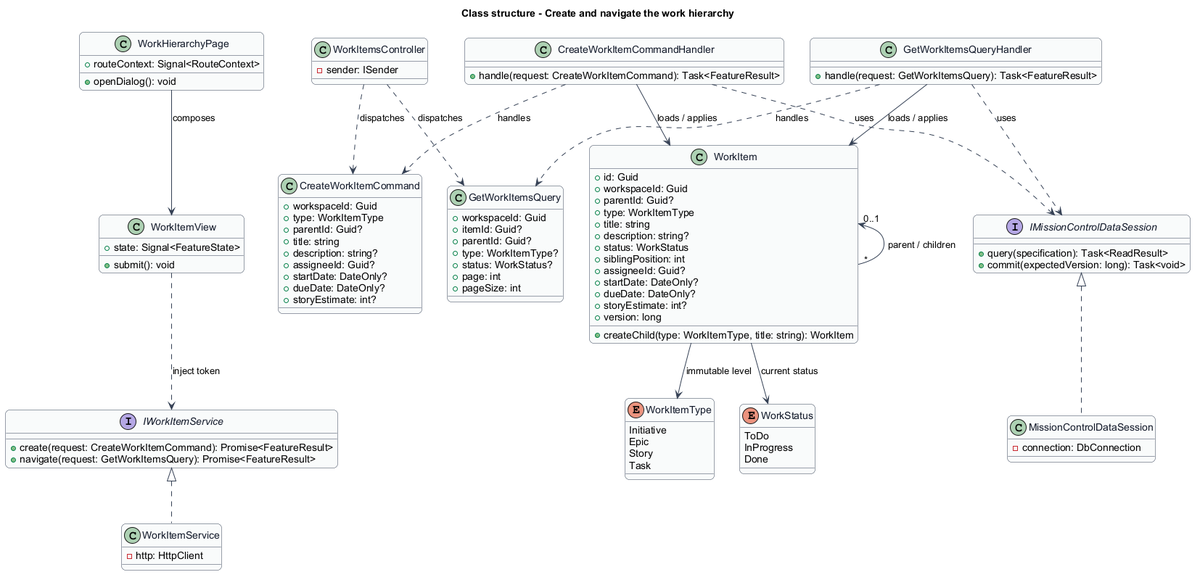
This is docs/detailed-designs/work/create-and-navigate-work/diagrams/class-structure.png from QuinntyneBrown/mission-control, a PlantUML export, as it was before one commit. Its diagram source:
```plantuml
@startuml
skinparam backgroundColor #FFFFFF
skinparam shadowing false
skinparam roundcorner 12
skinparam defaultFontName Arial
skinparam ArrowColor #344054
skinparam rectangle {
  BorderColor #344054
  FontColor #101828
}
skinparam package {
  BorderColor #667085
  FontColor #101828
  BackgroundColor #F9FAFB
}
title Class structure - Create and navigate the work hierarchy
skinparam class {
  BorderColor #344054
  FontColor #101828
  BackgroundColor #F9FAFB
}
class WorkHierarchyPage {
  +routeContext: Signal<RouteContext>
  +openDialog(): void
}
class WorkItemView {
  +state: Signal<FeatureState>
  +submit(): void
}
interface IWorkItemService {
  +create(request: CreateWorkItemCommand): Promise<FeatureResult>
  +navigate(request: GetWorkItemsQuery): Promise<FeatureResult>
}
class WorkItemService {
  -http: HttpClient
}
class WorkItemsController {
  -sender: ISender
}
class WorkItem {
  +id: Guid
  +workspaceId: Guid
  +parentId: Guid?
  +type: WorkItemType
  +title: string
  +description: string?
  +status: WorkStatus
  +siblingPosition: int
  +assigneeId: Guid?
  +startDate: DateOnly?
  +dueDate: DateOnly?
  +storyEstimate: int?
  +version: long
  +createChild(type: WorkItemType, title: string): WorkItem
}
interface IMissionControlDataSession {
  +query(specification): Task<ReadResult>
  +commit(expectedVersion: long): Task<void>
}
class MissionControlDataSession {
  -connection: DbConnection
}
WorkHierarchyPage --> WorkItemView : composes
WorkItemView ..> IWorkItemService : inject token
IWorkItemService <|.. WorkItemService
IMissionControlDataSession <|.. MissionControlDataSession
class CreateWorkItemCommand {
  +workspaceId: Guid
  +type: WorkItemType
  +parentId: Guid?
  +title: string
  +description: string?
  +assigneeId: Guid?
  +startDate: DateOnly?
  +dueDate: DateOnly?
  +storyEstimate: int?
}
class CreateWorkItemCommandHandler {
  +handle(request: CreateWorkItemCommand): Task<FeatureResult>
}
WorkItemsController ..> CreateWorkItemCommand : dispatches
CreateWorkItemCommandHandler ..> CreateWorkItemCommand : handles
CreateWorkItemCommandHandler --> WorkItem : loads / applies
CreateWorkItemCommandHandler ..> IMissionControlDataSession : uses
class GetWorkItemsQuery {
  +workspaceId: Guid
  +itemId: Guid?
  +parentId: Guid?
  +type: WorkItemType?
  +status: WorkStatus?
  +page: int
  +pageSize: int
}
class GetWorkItemsQueryHandler {
  +handle(request: GetWorkItemsQuery): Task<FeatureResult>
}
WorkItemsController ..> GetWorkItemsQuery : dispatches
GetWorkItemsQueryHandler ..> GetWorkItemsQuery : handles
GetWorkItemsQueryHandler --> WorkItem : loads / applies
GetWorkItemsQueryHandler ..> IMissionControlDataSession : uses

enum WorkItemType {
  Initiative
  Epic
  Story
  Task
}
enum WorkStatus {
  ToDo
  InProgress
  Done
}
WorkItem --> WorkItemType : immutable level
WorkItem --> WorkStatus : current status
WorkItem "0..1" <-- "*" WorkItem : parent / children
@enduml
```
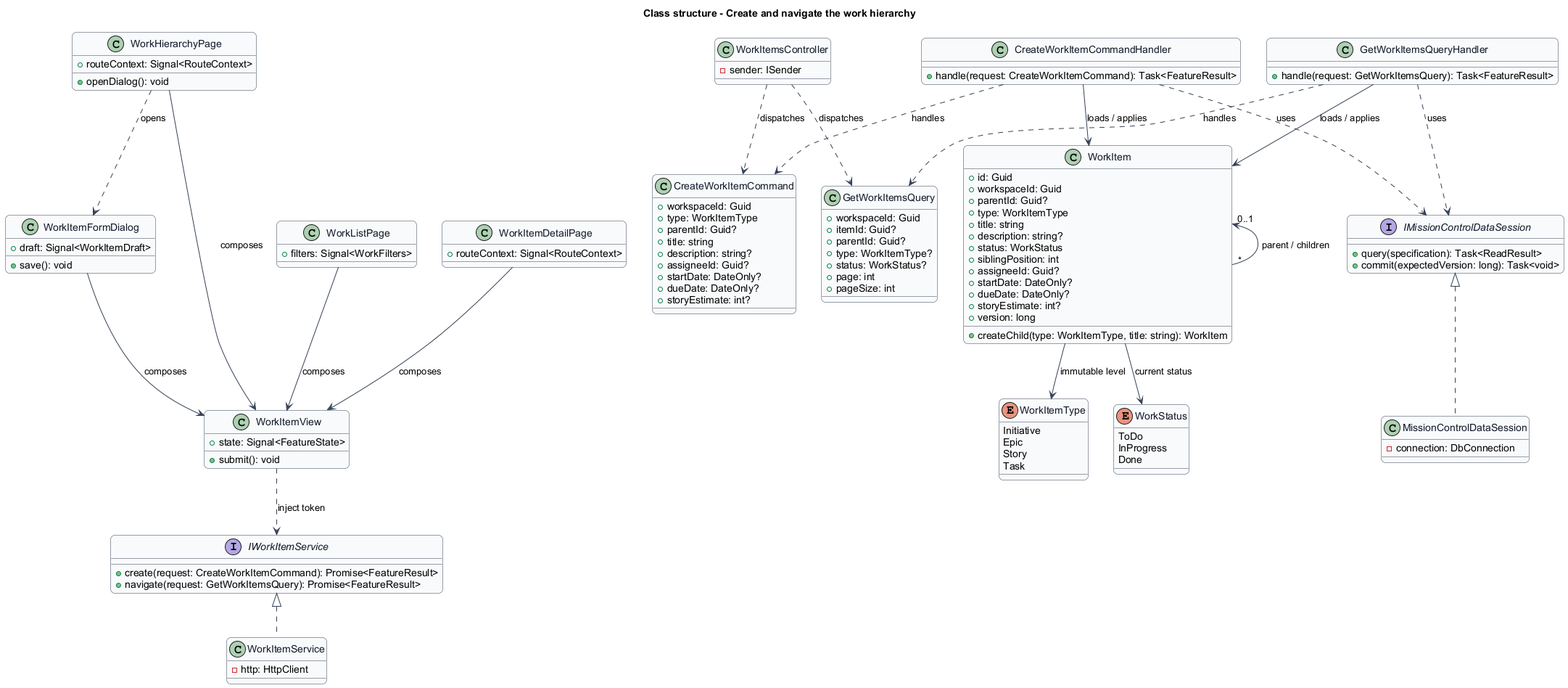
The same file after the commit.

What changed in the source:
```diff
@@ -22,6 +22,16 @@
 class WorkHierarchyPage {
   +routeContext: Signal<RouteContext>
   +openDialog(): void
+}
+class WorkListPage {
+  +filters: Signal<WorkFilters>
+}
+class WorkItemDetailPage {
+  +routeContext: Signal<RouteContext>
+}
+class WorkItemFormDialog {
+  +draft: Signal<WorkItemDraft>
+  +save(): void
 }
 class WorkItemView {
   +state: Signal<FeatureState>
@@ -61,6 +71,10 @@
   -connection: DbConnection
 }
 WorkHierarchyPage --> WorkItemView : composes
+WorkListPage --> WorkItemView : composes
+WorkItemDetailPage --> WorkItemView : composes
+WorkItemFormDialog --> WorkItemView : composes
+WorkHierarchyPage ..> WorkItemFormDialog : opens
 WorkItemView ..> IWorkItemService : inject token
 IWorkItemService <|.. WorkItemService
 IMissionControlDataSession <|.. MissionControlDataSession
```
